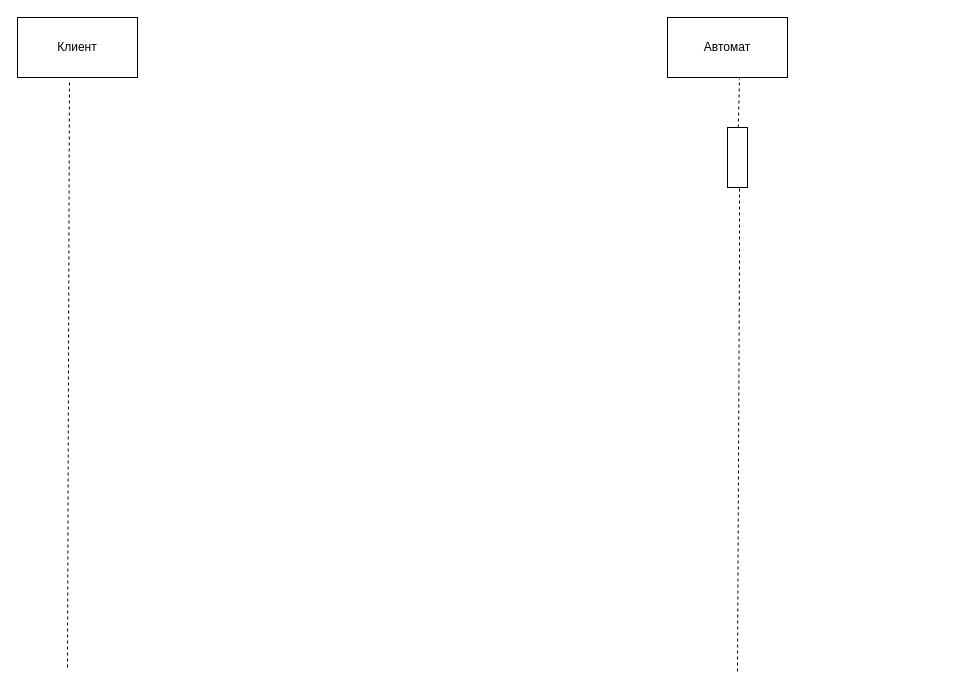
This is coffee.drawio from DarkMoonLi/-, a draw.io file, before an edit. Source tidied: cells renumbered, new cells numbered last; positions are measured from the earlier drawing's top-left corner, leaving out a move shared by most shapes. Both pictures are drawn from the tidied source at 100%, with x=0, y=0 at pixel (17, 17).
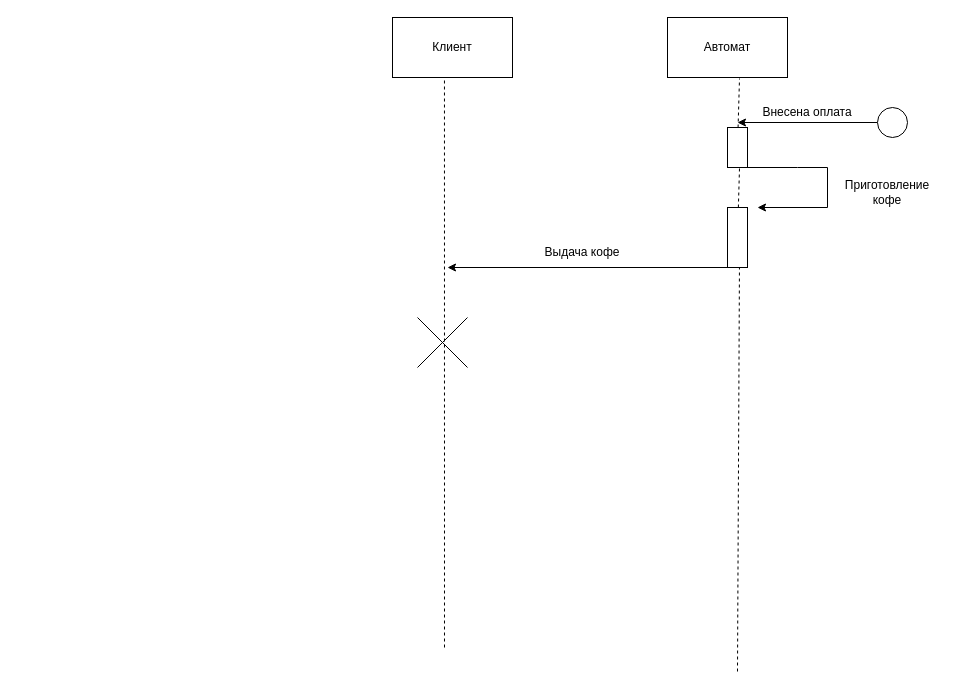
The same page after the edit.

What changed in the source:
```diff
@@
     <mxCell id="2" value="Клиент" style="rounded=0;whiteSpace=wrap;html=1;" parent="1" vertex="1">
-      <mxGeometry width="120" height="60" as="geometry" />
+      <mxGeometry x="375" width="120" height="60" as="geometry" />
     </mxCell>
@@
     <mxCell id="4" style="endArrow=none;dashed=1;html=1;rounded=0;entryX=0.433;entryY=1.05;entryDx=0;entryDy=0;entryPerimeter=0;" parent="1" edge="1" target="2">
       <mxGeometry relative="1" as="geometry">
-        <mxPoint x="50" y="650" as="sourcePoint" />
+        <mxPoint x="427" y="630" as="sourcePoint" />
       </mxGeometry>
     </mxCell>
@@
-    <mxCell id="6" style="endArrow=none;dashed=1;html=1;rounded=0;entryX=0.6;entryY=1.017;entryDx=0;entryDy=0;entryPerimeter=0;" parent="1" edge="1" target="7">
-      <mxGeometry relative="1" as="geometry">
-        <mxPoint x="720" y="654" as="sourcePoint" />
-        <Array as="points">
-          <mxPoint x="722" y="240" />
-        </Array>
-      </mxGeometry>
+    <mxCell id="6" style="endArrow=none;dashed=1;html=1;rounded=0;entryX=0.6;entryY=1.017;entryDx=0;entryDy=0;entryPerimeter=0;" parent="1" edge="1" source="14" target="7">
+      <mxGeometry relative="1" as="geometry" />
     </mxCell>
     <mxCell id="7" style="rounded=0;whiteSpace=wrap;html=1;" parent="1" vertex="1">
-      <mxGeometry x="710" y="110" width="20" height="60" as="geometry" />
+      <mxGeometry x="710" y="110" width="20" height="40" as="geometry" />
     </mxCell>
+    <mxCell id="8" style="edgeStyle=orthogonalEdgeStyle;rounded=0;jettySize=auto;html=1;" parent="1" edge="1" source="9">
+      <mxGeometry relative="1" as="geometry">
+        <mxPoint x="720" y="105" as="targetPoint" />
+      </mxGeometry>
+    </mxCell>
+    <mxCell id="9" style="ellipse;whiteSpace=wrap;html=1;" parent="1" vertex="1">
+      <mxGeometry x="860" y="90" width="30" height="30" as="geometry" />
+    </mxCell>
+    <mxCell id="10" value="Внесена оплата" style="text;html=1;strokeColor=none;fillColor=none;align=center;verticalAlign=middle;whiteSpace=wrap;rounded=0;" parent="1" vertex="1">
+      <mxGeometry x="730" y="80" width="120" height="30" as="geometry" />
+    </mxCell>
+    <mxCell id="11" style="endArrow=classic;html=1;rounded=0;exitX=0.5;exitY=1;exitDx=0;exitDy=0;" parent="1" edge="1" source="7">
+      <mxGeometry relative="1" as="geometry">
+        <mxPoint x="740" y="190" as="targetPoint" />
+        <Array as="points">
+          <mxPoint x="780" y="150" />
+          <mxPoint x="810" y="150" />
+          <mxPoint x="810" y="190" />
+        </Array>
+      </mxGeometry>
+    </mxCell>
+    <mxCell id="12" value="Приготовление кофе" style="text;html=1;strokeColor=none;fillColor=none;align=center;verticalAlign=middle;whiteSpace=wrap;rounded=0;" parent="1" vertex="1">
+      <mxGeometry x="820" y="160" width="100" height="30" as="geometry" />
+    </mxCell>
+    <mxCell id="13" style="endArrow=none;dashed=1;html=1;rounded=0;entryX=0.6;entryY=1.017;entryDx=0;entryDy=0;entryPerimeter=0;" parent="1" edge="1" target="14">
+      <mxGeometry relative="1" as="geometry">
+        <mxPoint x="720" y="654" as="sourcePoint" />
+        <Array as="points">
+          <mxPoint x="722" y="240" />
+        </Array>
+      </mxGeometry>
+    </mxCell>
+    <mxCell id="14" style="rounded=0;whiteSpace=wrap;html=1;" parent="1" vertex="1">
+      <mxGeometry x="710" y="190" width="20" height="60" as="geometry" />
+    </mxCell>
+    <mxCell id="15" style="endArrow=classic;html=1;rounded=0;exitX=0.5;exitY=1;exitDx=0;exitDy=0;" parent="1" edge="1" source="14">
+      <mxGeometry relative="1" as="geometry">
+        <mxPoint x="430" y="250" as="targetPoint" />
+      </mxGeometry>
+    </mxCell>
+    <mxCell id="16" value="Выдача кофе" style="text;html=1;strokeColor=none;fillColor=none;align=center;verticalAlign=middle;whiteSpace=wrap;rounded=0;" parent="1" vertex="1">
+      <mxGeometry x="520" y="220" width="90" height="30" as="geometry" />
+    </mxCell>
+    <mxCell id="17" style="endArrow=none;html=1;rounded=0;" parent="1" edge="1">
+      <mxGeometry relative="1" as="geometry">
+        <mxPoint x="400" y="350" as="sourcePoint" />
+        <mxPoint x="450" y="300" as="targetPoint" />
+      </mxGeometry>
+    </mxCell>
+    <mxCell id="18" style="endArrow=none;html=1;rounded=0;" parent="1" edge="1">
+      <mxGeometry relative="1" as="geometry">
+        <mxPoint x="450" y="350" as="sourcePoint" />
+        <mxPoint x="400" y="300" as="targetPoint" />
+      </mxGeometry>
+    </mxCell>
```
